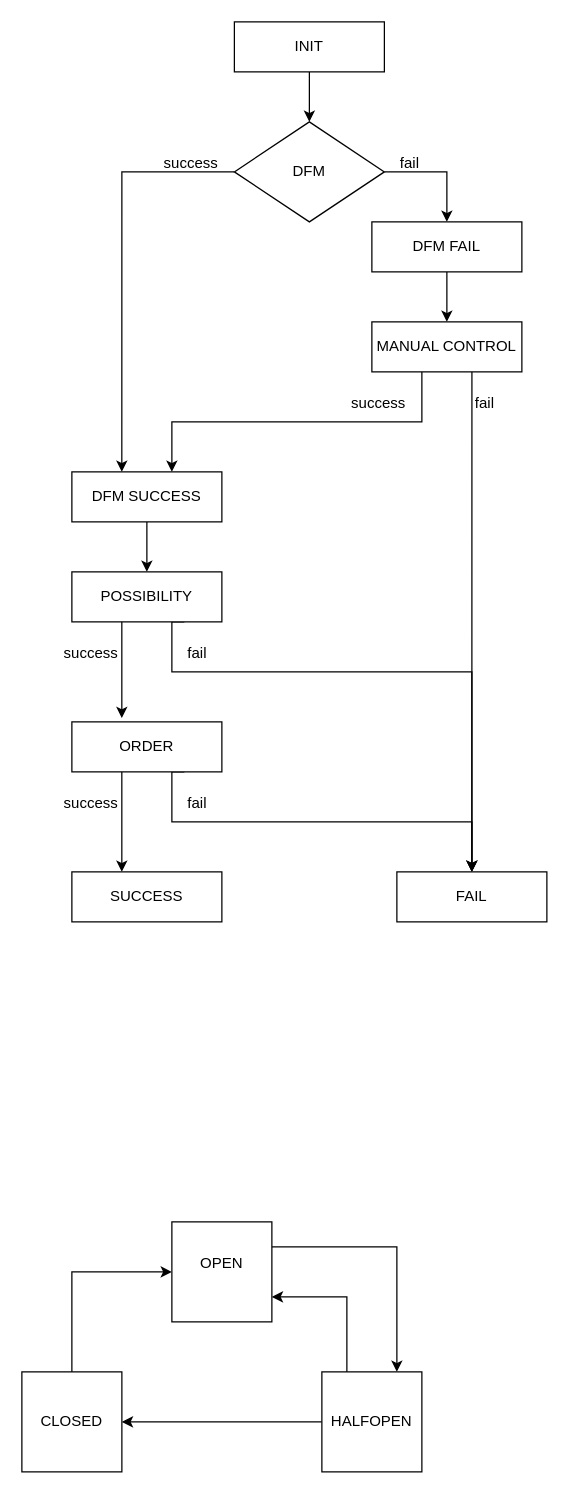
This is flow2.drawio from maxiko/ARC-016, a draw.io file, before an edit. Source tidied: cells renumbered, new cells numbered last; positions are measured from the earlier drawing's top-left corner, leaving out a move shared by most shapes. Both pictures are drawn from the tidied source at 125%, with x=0, y=0 at pixel (21, 21).
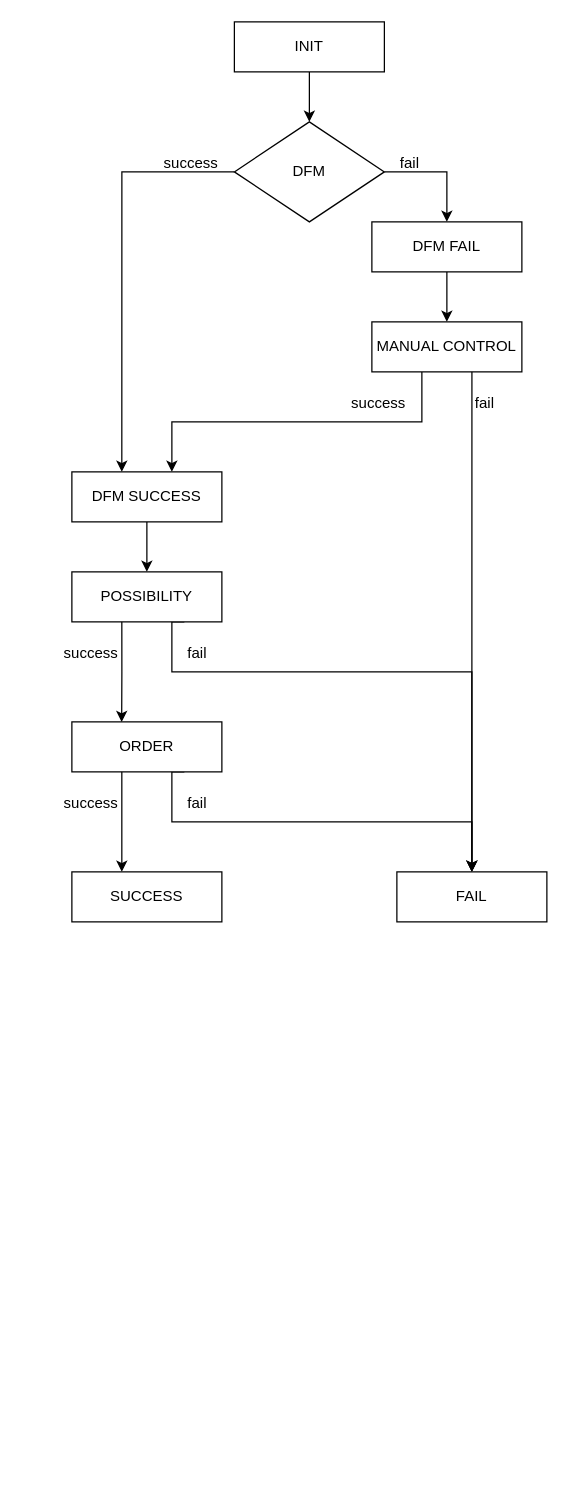
After the change.

The change refers to these unchanged cells:
```xml
<mxCell id="15" value="POSSIBILITY" style="rounded=0;whiteSpace=wrap;html=1;" parent="1" vertex="1">
  <mxGeometry x="40" y="440" width="120" height="40" as="geometry" />
</mxCell>
<mxCell id="18" value="ORDER" style="rounded=0;whiteSpace=wrap;html=1;" parent="1" vertex="1">
  <mxGeometry x="40" y="560" width="120" height="40" as="geometry" />
</mxCell>
```

The edit, as a diff of the source:
```diff
@@
-    <mxCell id="13" style="edgeStyle=orthogonalEdgeStyle;rounded=0;jettySize=auto;html=1;exitX=0.333;exitY=0.975;exitDx=0;exitDy=0;entryX=0.333;entryY=-0.075;entryDx=0;entryDy=0;entryPerimeter=0;exitPerimeter=0;" parent="1" edge="1" source="15" target="18">
+    <mxCell id="13" style="edgeStyle=orthogonalEdgeStyle;rounded=0;jettySize=auto;html=1;exitX=0.333;exitY=0.975;exitDx=0;exitDy=0;entryX=0.332;entryY=0.003;entryDx=0;entryDy=0;entryPerimeter=0;exitPerimeter=0;" parent="1" edge="1" source="15" target="18">
       <mxGeometry relative="1" as="geometry" />
     </mxCell>
@@
-    <mxCell id="25" style="edgeStyle=orthogonalEdgeStyle;rounded=0;jettySize=auto;html=1;entryX=0;entryY=0.5;entryDx=0;entryDy=0;exitX=0.5;exitY=0;exitDx=0;exitDy=0;" parent="1" edge="1" source="28" target="26">
-      <mxGeometry relative="1" as="geometry" />
-    </mxCell>
-    <mxCell id="26" value="OPEN&lt;div&gt;&lt;br&gt;&lt;/div&gt;" style="whiteSpace=wrap;html=1;" parent="1" vertex="1">
-      <mxGeometry x="120" y="960" width="80" height="80" as="geometry" />
-    </mxCell>
-    <mxCell id="27" style="edgeStyle=orthogonalEdgeStyle;rounded=0;jettySize=auto;html=1;exitX=0.25;exitY=0;exitDx=0;exitDy=0;entryX=1;entryY=0.75;entryDx=0;entryDy=0;" parent="1" edge="1" source="31" target="26">
-      <mxGeometry relative="1" as="geometry" />
-    </mxCell>
-    <mxCell id="28" value="&lt;div&gt;CLOSED&lt;/div&gt;" style="whiteSpace=wrap;html=1;" parent="1" vertex="1">
-      <mxGeometry y="1080" width="80" height="80" as="geometry" />
-    </mxCell>
-    <mxCell id="29" style="edgeStyle=orthogonalEdgeStyle;rounded=0;jettySize=auto;html=1;exitX=0;exitY=0.5;exitDx=0;exitDy=0;entryX=1;entryY=0.5;entryDx=0;entryDy=0;" parent="1" edge="1" source="31" target="28">
-      <mxGeometry relative="1" as="geometry">
-        <Array as="points">
-          <mxPoint x="160" y="1120" />
-          <mxPoint x="160" y="1120" />
-        </Array>
-      </mxGeometry>
-    </mxCell>
-    <mxCell id="30" style="edgeStyle=orthogonalEdgeStyle;rounded=0;jettySize=auto;html=1;exitX=1;exitY=0.25;exitDx=0;exitDy=0;entryX=0.75;entryY=0;entryDx=0;entryDy=0;" parent="1" edge="1" source="26" target="31">
-      <mxGeometry relative="1" as="geometry" />
-    </mxCell>
-    <mxCell id="31" value="&lt;div&gt;HALFOPEN&lt;/div&gt;" style="whiteSpace=wrap;html=1;" parent="1" vertex="1">
-      <mxGeometry x="240" y="1080" width="80" height="80" as="geometry" />
-    </mxCell>
```
